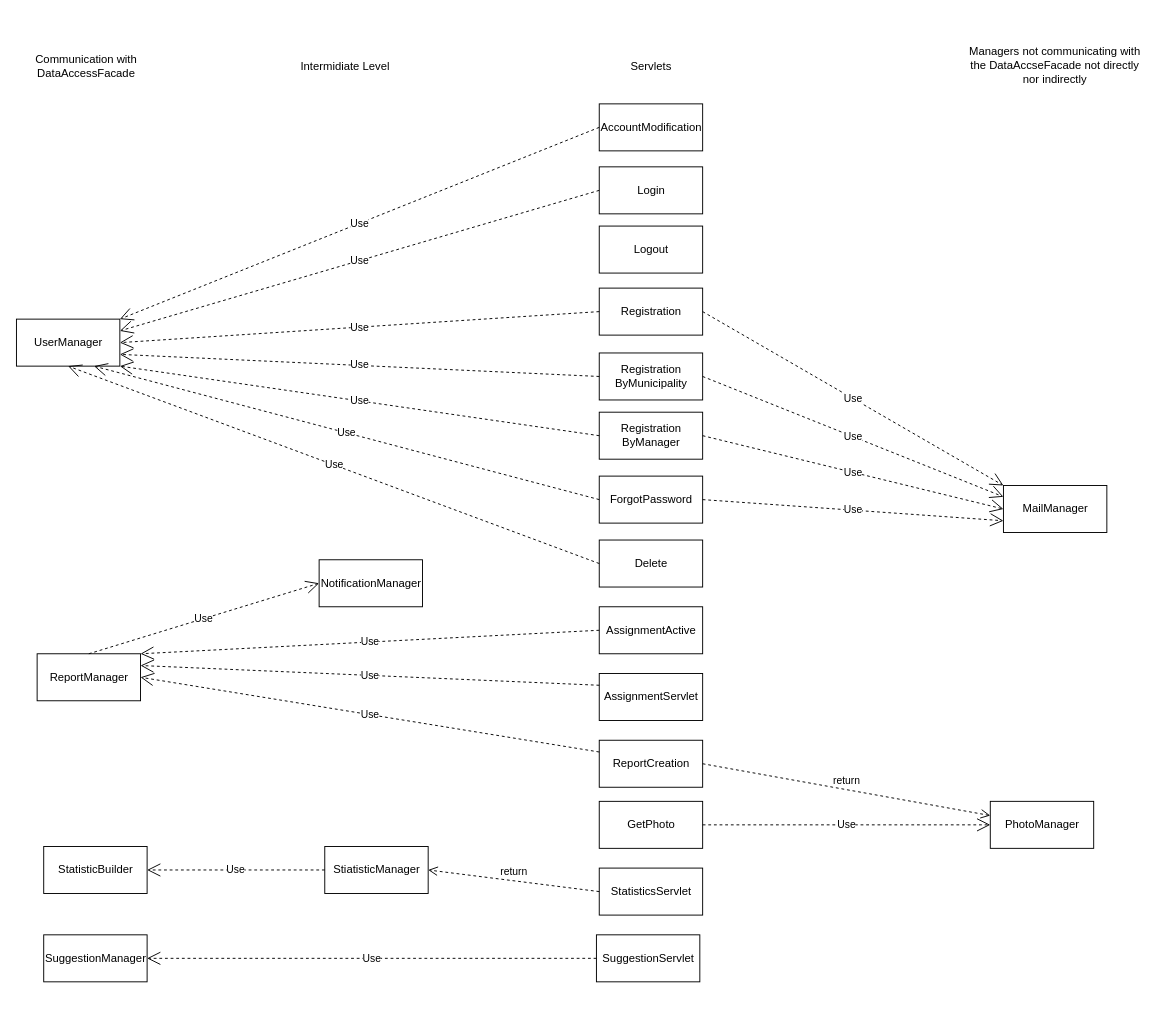
This is Implementation&Testing/latex implementation and testing/Images/Servlets.drawio from pm390/MaldiniPaone, a draw.io file, before an edit. Source tidied: cells renumbered, new cells numbered last; positions are measured from the earlier drawing's top-left corner, leaving out a move shared by most shapes. Both pictures are drawn from the tidied source at 94%, with x=0, y=0 at pixel (16, 16).
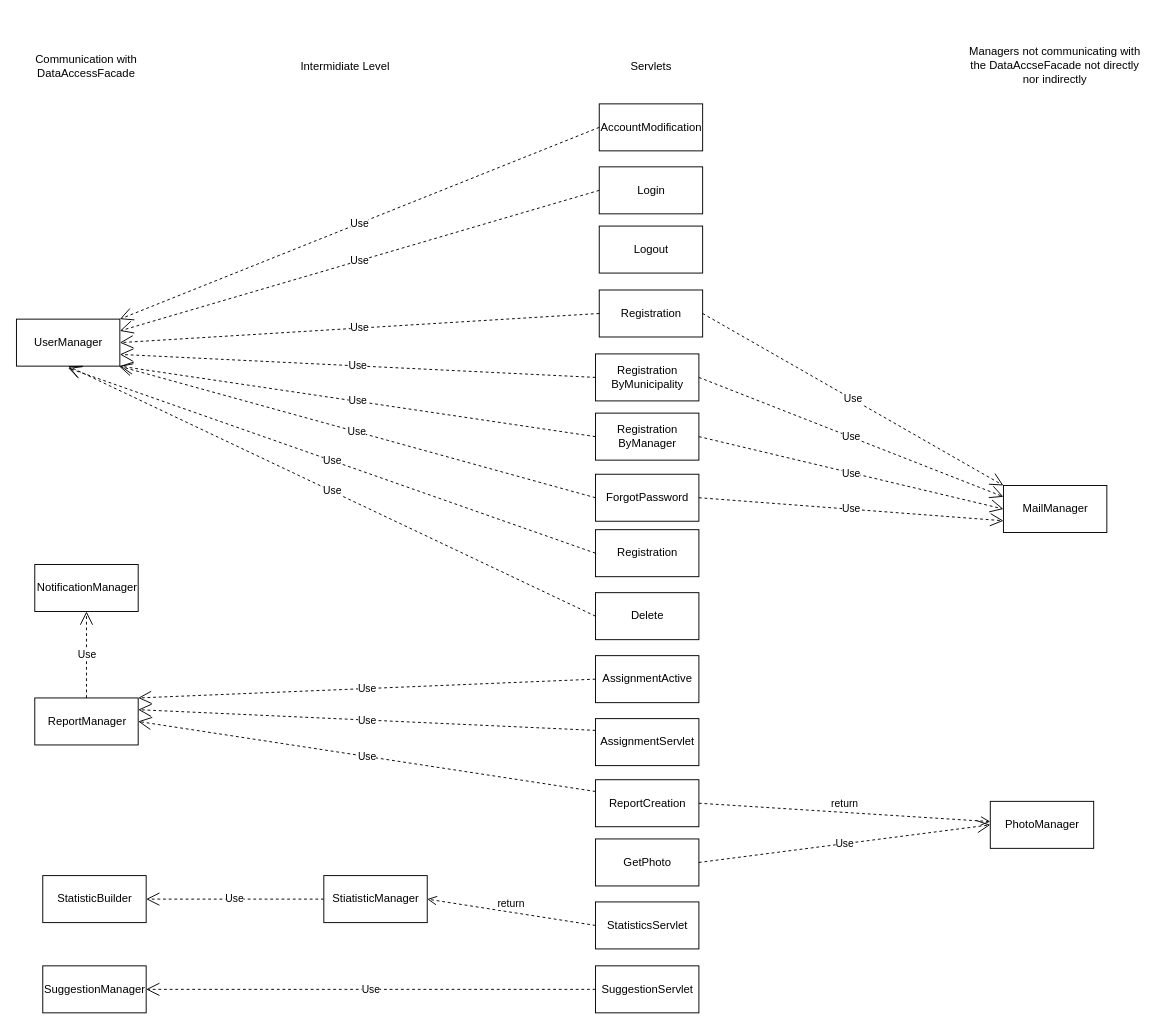
Above is the later version.

Commit message (it also covers changes not shown here):
new servlet img

The change refers to these unchanged cells:
```xml
<mxCell id="16" value="UserManager" style="html=1;" parent="1" vertex="1">
  <mxGeometry y="322" width="110" height="50" as="geometry" />
</mxCell>
```

What changed in the source:
```diff
@@
     <mxCell id="3" value="AssignmentActive" style="html=1;" parent="1" vertex="1">
-      <mxGeometry x="620" y="628" width="110" height="50" as="geometry" />
+      <mxGeometry x="616" y="680" width="110" height="50" as="geometry" />
     </mxCell>
     <mxCell id="4" value="AssignmentServlet" style="html=1;" parent="1" vertex="1">
-      <mxGeometry x="620" y="699" width="110" height="50" as="geometry" />
+      <mxGeometry x="616" y="747" width="110" height="50" as="geometry" />
     </mxCell>
     <mxCell id="5" value="Delete" style="html=1;" parent="1" vertex="1">
-      <mxGeometry x="620" y="557" width="110" height="50" as="geometry" />
+      <mxGeometry x="616" y="613" width="110" height="50" as="geometry" />
     </mxCell>
     <mxCell id="6" value="ForgotPassword" style="html=1;" parent="1" vertex="1">
-      <mxGeometry x="620" y="489" width="110" height="50" as="geometry" />
+      <mxGeometry x="616" y="487" width="110" height="50" as="geometry" />
     </mxCell>
     <mxCell id="7" value="GetPhoto" style="html=1;" parent="1" vertex="1">
-      <mxGeometry x="620" y="835" width="110" height="50" as="geometry" />
+      <mxGeometry x="616" y="875" width="110" height="50" as="geometry" />
     </mxCell>
@@
     <mxCell id="10" value="Registration" style="html=1;" parent="1" vertex="1">
-      <mxGeometry x="620" y="289" width="110" height="50" as="geometry" />
+      <mxGeometry x="620" y="291" width="110" height="50" as="geometry" />
     </mxCell>
     <mxCell id="11" value="Registration&lt;br&gt;ByMunicipality&lt;br&gt;" style="html=1;" parent="1" vertex="1">
-      <mxGeometry x="620" y="358" width="110" height="50" as="geometry" />
+      <mxGeometry x="616" y="359" width="110" height="50" as="geometry" />
     </mxCell>
     <mxCell id="12" value="Registration&lt;br&gt;ByManager" style="html=1;" parent="1" vertex="1">
-      <mxGeometry x="620" y="421" width="110" height="50" as="geometry" />
+      <mxGeometry x="616" y="422" width="110" height="50" as="geometry" />
     </mxCell>
     <mxCell id="13" value="ReportCreation" style="html=1;" parent="1" vertex="1">
-      <mxGeometry x="620" y="770" width="110" height="50" as="geometry" />
+      <mxGeometry x="616" y="812" width="110" height="50" as="geometry" />
     </mxCell>
     <mxCell id="14" value="StatisticsServlet" style="html=1;" parent="1" vertex="1">
-      <mxGeometry x="620" y="906" width="110" height="50" as="geometry" />
+      <mxGeometry x="616" y="942" width="110" height="50" as="geometry" />
     </mxCell>
     <mxCell id="15" value="SuggestionServlet" style="html=1;" parent="1" vertex="1">
-      <mxGeometry x="617" y="977" width="110" height="50" as="geometry" />
+      <mxGeometry x="616" y="1010" width="110" height="50" as="geometry" />
     </mxCell>
@@
-    <mxCell id="27" value="Use" style="endArrow=open;endSize=12;dashed=1;html=1;exitX=0;exitY=0.5;exitDx=0;exitDy=0;entryX=0.75;entryY=1;entryDx=0;entryDy=0;" parent="1" edge="1" source="6" target="16">
-      <mxGeometry relative="1" as="geometry" />
+    <mxCell id="27" value="Use" style="endArrow=open;endSize=12;dashed=1;html=1;exitX=0;exitY=0.5;exitDx=0;exitDy=0;" parent="1" edge="1" source="6">
+      <mxGeometry relative="1" as="geometry">
+        <mxPoint x="109" y="372" as="targetPoint" />
+      </mxGeometry>
     </mxCell>
@@
     <mxCell id="29" value="ReportManager" style="html=1;" parent="1" vertex="1">
-      <mxGeometry x="22" y="678" width="110" height="50" as="geometry" />
+      <mxGeometry x="19.5" y="725" width="110" height="50" as="geometry" />
     </mxCell>
@@
     <mxCell id="33" value="StiatisticManager" style="html=1;" parent="1" vertex="1">
-      <mxGeometry x="328" y="883" width="110" height="50" as="geometry" />
+      <mxGeometry x="327" y="914" width="110" height="50" as="geometry" />
     </mxCell>
@@
     <mxCell id="35" value="StatisticBuilder" style="html=1;" parent="1" vertex="1">
-      <mxGeometry x="29" y="883" width="110" height="50" as="geometry" />
+      <mxGeometry x="28" y="914" width="110" height="50" as="geometry" />
     </mxCell>
@@
     <mxCell id="37" value="SuggestionManager" style="html=1;" parent="1" vertex="1">
-      <mxGeometry x="29" y="977" width="110" height="50" as="geometry" />
+      <mxGeometry x="28" y="1010" width="110" height="50" as="geometry" />
     </mxCell>
@@
     <mxCell id="43" value="NotificationManager" style="html=1;" parent="1" vertex="1">
-      <mxGeometry x="322" y="578" width="110" height="50" as="geometry" />
+      <mxGeometry x="19.5" y="583" width="110" height="50" as="geometry" />
     </mxCell>
-    <mxCell id="44" value="Use" style="endArrow=open;endSize=12;dashed=1;html=1;exitX=0.5;exitY=0;exitDx=0;exitDy=0;entryX=0;entryY=0.5;entryDx=0;entryDy=0;" parent="1" edge="1" source="29" target="43">
+    <mxCell id="44" value="Use" style="endArrow=open;endSize=12;dashed=1;html=1;exitX=0.5;exitY=0;exitDx=0;exitDy=0;entryX=0.5;entryY=1;entryDx=0;entryDy=0;" parent="1" edge="1" source="29" target="43">
       <mxGeometry relative="1" as="geometry" />
     </mxCell>
@@
+    <mxCell id="48" value="Registration" style="html=1;" parent="1" vertex="1">
+      <mxGeometry x="616" y="546" width="110" height="50" as="geometry" />
+    </mxCell>
+    <mxCell id="49" value="Use" style="endArrow=open;endSize=12;dashed=1;html=1;exitX=0;exitY=0.5;exitDx=0;exitDy=0;" parent="1" edge="1" source="48">
+      <mxGeometry relative="1" as="geometry">
+        <mxPoint x="55" y="374" as="targetPoint" />
+      </mxGeometry>
+    </mxCell>
```
